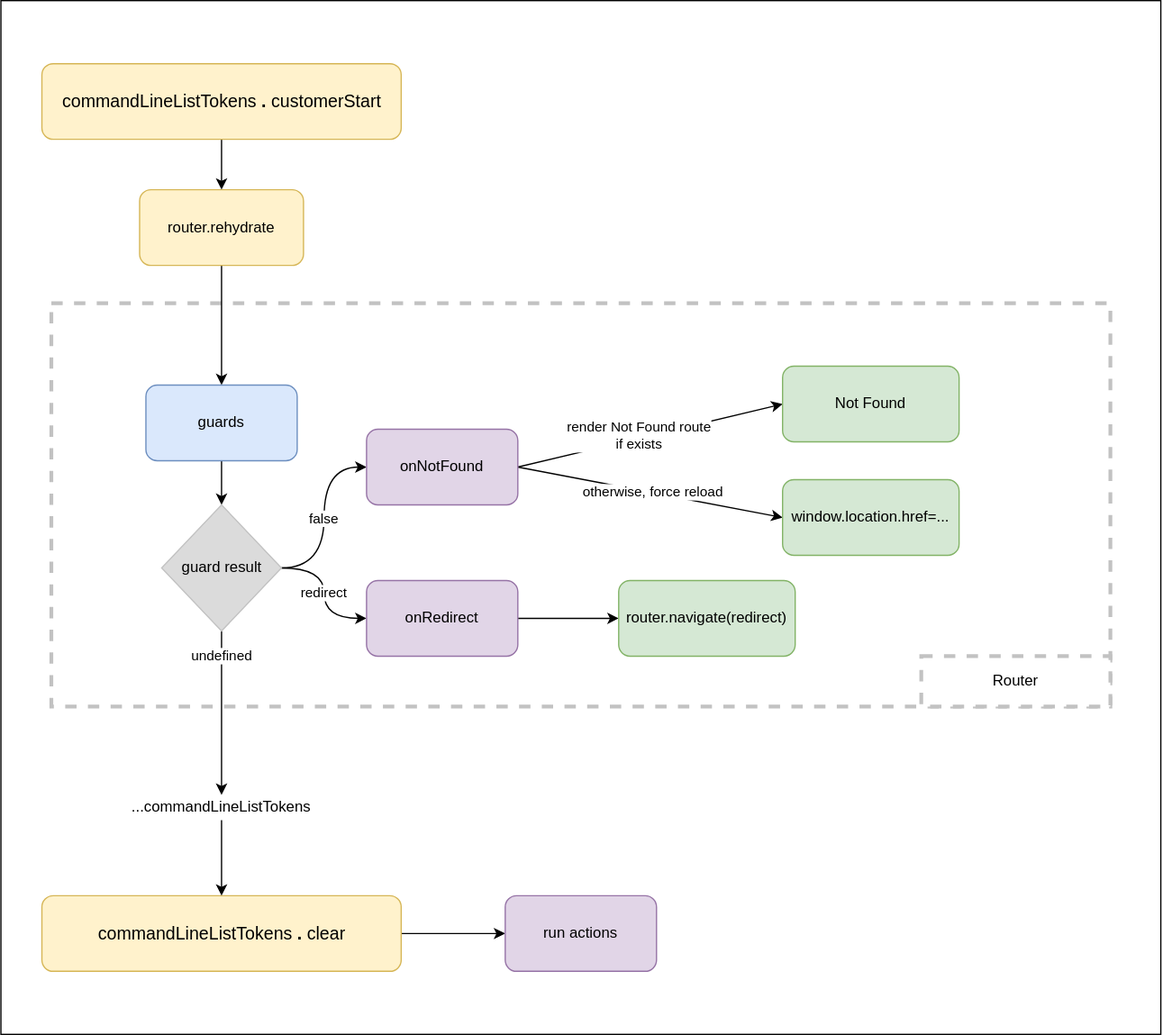
Above: tools/docSite/static/img/router/rehydrate-client.drawio.svg in Tinkoff/tramvai (draw.io), before the change. Source tidied: cells renumbered, new cells last; positions are measured from the earlier drawing's top-left corner, leaving out a move shared by most shapes.
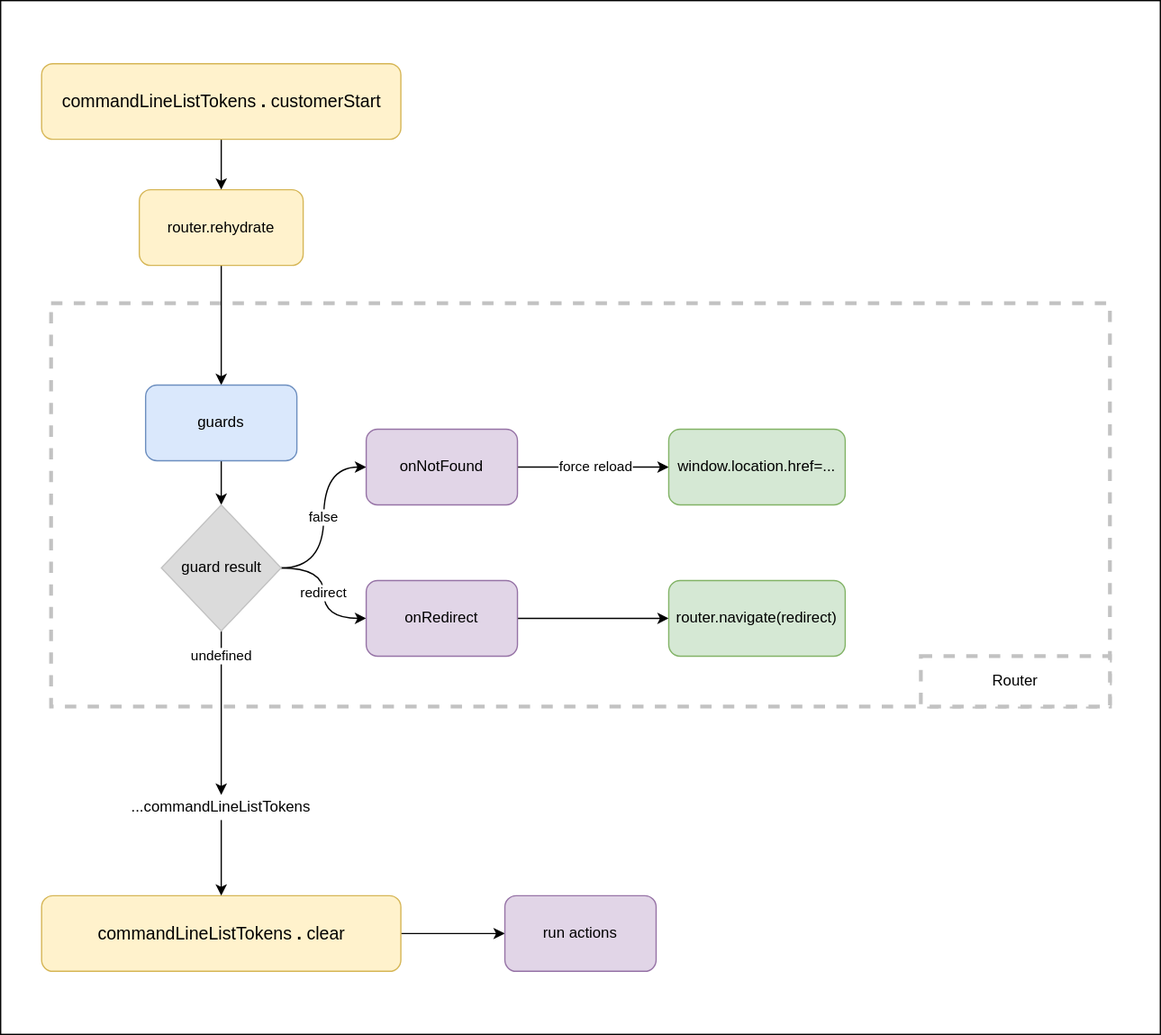
Later version of the same file.

Diff of the diagram source:
```diff
@@ -38,24 +38,15 @@
     <mxCell id="13" value="guard result" style="rhombus;whiteSpace=wrap;html=1;rounded=0;strokeColor=#C2C2C2;strokeWidth=1;fillColor=#DBDBDB;" parent="1" vertex="1">
       <mxGeometry x="127.5" y="400" width="95" height="100" as="geometry" />
     </mxCell>
-    <mxCell id="14" style="edgeStyle=none;rounded=1;html=1;exitX=1;exitY=0.5;exitDx=0;exitDy=0;entryX=0;entryY=0.5;entryDx=0;entryDy=0;" parent="1" edge="1" source="18" target="19">
-      <mxGeometry relative="1" as="geometry" />
-    </mxCell>
-    <mxCell id="15" value="render Not Found route&lt;br&gt;if exists" style="edgeLabel;html=1;align=center;verticalAlign=middle;" parent="14" vertex="1">
-      <mxGeometry x="-0.09" y="3" relative="1" as="geometry" />
-    </mxCell>
     <mxCell id="16" style="edgeStyle=none;rounded=1;html=1;exitX=1;exitY=0.5;exitDx=0;exitDy=0;entryX=0;entryY=0.5;entryDx=0;entryDy=0;" parent="1" edge="1" source="18" target="29">
       <mxGeometry relative="1" as="geometry" />
     </mxCell>
-    <mxCell id="17" value="otherwise, force reload" style="edgeLabel;html=1;align=center;verticalAlign=middle;" parent="16" vertex="1">
+    <mxCell id="17" value="force reload" style="edgeLabel;html=1;align=center;verticalAlign=middle;" parent="16" vertex="1">
       <mxGeometry x="0.01" y="1" relative="1" as="geometry" />
     </mxCell>
     <mxCell id="18" value="onNotFound" style="rounded=1;whiteSpace=wrap;html=1;strokeWidth=1;fillColor=#e1d5e7;strokeColor=#9673a6;" parent="1" vertex="1">
       <mxGeometry x="290" y="340" width="120" height="60" as="geometry" />
     </mxCell>
-    <mxCell id="19" value="Not Found" style="rounded=1;whiteSpace=wrap;html=1;strokeColor=#82b366;strokeWidth=1;fillColor=#d5e8d4;" parent="1" vertex="1">
-      <mxGeometry x="620" y="290" width="140" height="60" as="geometry" />
-    </mxCell>
     <mxCell id="20" style="edgeStyle=orthogonalEdgeStyle;rounded=0;jettySize=auto;html=1;exitX=1;exitY=0.5;exitDx=0;exitDy=0;entryX=0;entryY=0.5;entryDx=0;entryDy=0;" parent="1" edge="1" source="21" target="22">
       <mxGeometry relative="1" as="geometry" />
     </mxCell>
@@ -63,7 +54,7 @@
       <mxGeometry x="290" y="460" width="120" height="60" as="geometry" />
     </mxCell>
     <mxCell id="22" value="router.navigate(redirect)" style="rounded=1;whiteSpace=wrap;html=1;strokeColor=#82b366;strokeWidth=1;fillColor=#d5e8d4;" parent="1" vertex="1">
-      <mxGeometry x="490" y="460" width="140" height="60" as="geometry" />
+      <mxGeometry x="530" y="460" width="140" height="60" as="geometry" />
     </mxCell>
     <mxCell id="23" style="edgeStyle=orthogonalEdgeStyle;curved=1;jettySize=auto;html=1;exitX=1;exitY=0.5;exitDx=0;exitDy=0;fontColor=#000000;" parent="1" edge="1" source="24" target="25">
       <mxGeometry relative="1" as="geometry" />
@@ -84,7 +75,7 @@
       <mxGeometry x="730" y="520" width="150" height="40" as="geometry" />
     </mxCell>
     <mxCell id="29" value="window.location.href=..." style="rounded=1;whiteSpace=wrap;html=1;strokeColor=#82b366;strokeWidth=1;fillColor=#d5e8d4;" parent="1" vertex="1">
-      <mxGeometry x="620" y="380" width="140" height="60" as="geometry" />
+      <mxGeometry x="530" y="340" width="140" height="60" as="geometry" />
     </mxCell>
   </root>
 </mxGraphModel>
```
